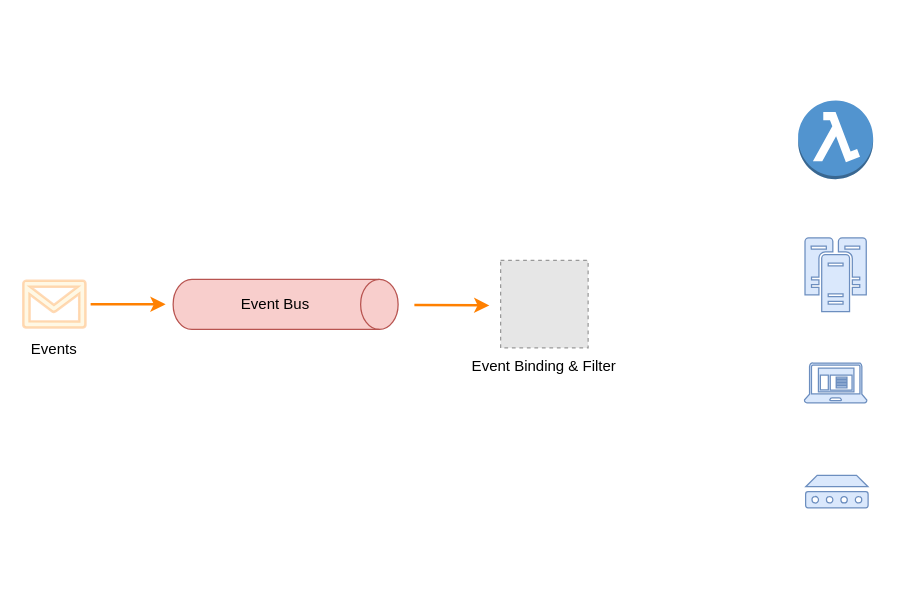
Above: page "Page-14" (14 of 14) of eventmesh-multi-runtime.drawio in apache/eventmesh-site (draw.io), before the change. Source tidied: cells renumbered, new cells numbered last; positions are measured from the earlier drawing's top-left corner, leaving out a move shared by most shapes. Both pictures are drawn from the tidied source at 125%, with x=0, y=0 at pixel (22, 100). Pictures stored in the file or linked from it are replaced by grey dashed boxes.
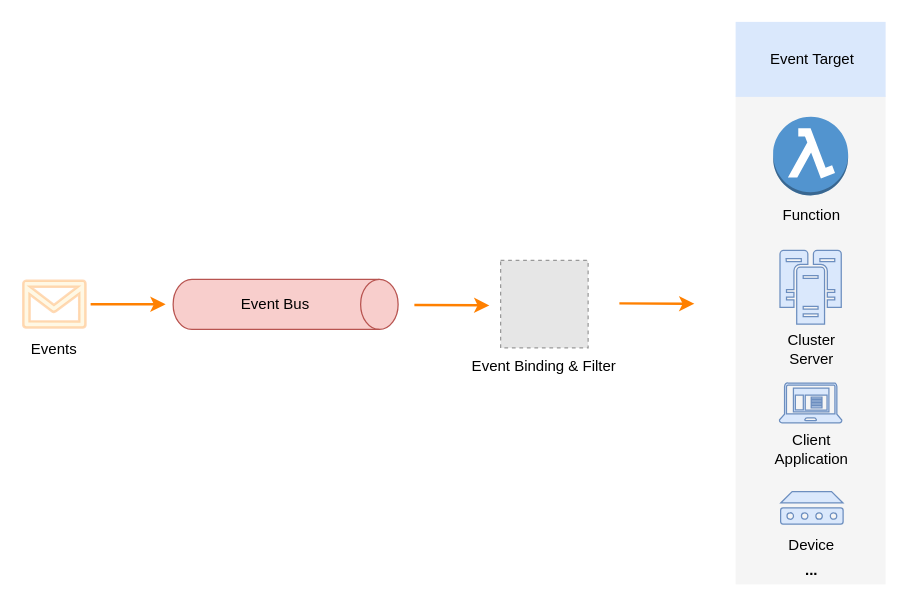
After the change.

Diff of the diagram source:
```diff
@@
+    <mxCell id="15" style="rounded=0;whiteSpace=wrap;html=1;fontColor=#333333;fillColor=#f5f5f5;strokeColor=none;" parent="1" vertex="1">
+      <mxGeometry x="570" y="-4" width="120" height="391" as="geometry" />
+    </mxCell>
     <mxCell id="2" style="dashed=0;verticalLabelPosition=bottom;verticalAlign=top;align=center;html=1;shape=mxgraph.aws3.lambda_function;fillColor=#5294CF;gradientColor=none;" parent="1" vertex="1">
-      <mxGeometry x="620" y="-0.2" width="60" height="63" as="geometry" />
+      <mxGeometry x="600" y="12.8" width="60" height="63" as="geometry" />
     </mxCell>
     <mxCell id="3" style="shadow=0;dashed=0;html=1;strokeColor=#6c8ebf;fillColor=#dae8fc;labelPosition=center;verticalLabelPosition=bottom;verticalAlign=top;align=center;shape=mxgraph.office.servers.cluster_server;" parent="1" vertex="1">
-      <mxGeometry x="625.5" y="109.8" width="49" height="59" as="geometry" />
+      <mxGeometry x="605.5" y="119.8" width="49" height="59" as="geometry" />
     </mxCell>
     <mxCell id="4" style="shadow=0;dashed=0;html=1;strokeColor=#6c8ebf;labelPosition=center;verticalLabelPosition=bottom;verticalAlign=top;align=center;fillColor=#dae8fc;shape=mxgraph.mscae.enterprise.client_application;" parent="1" vertex="1">
-      <mxGeometry x="625" y="209.8" width="50" height="32" as="geometry" />
+      <mxGeometry x="605" y="225.8" width="50" height="32" as="geometry" />
     </mxCell>
     <mxCell id="5" style="shadow=0;dashed=0;html=1;strokeColor=#6c8ebf;labelPosition=center;verticalLabelPosition=bottom;verticalAlign=top;align=center;fillColor=#dae8fc;shape=mxgraph.mscae.enterprise.device;" parent="1" vertex="1">
-      <mxGeometry x="626" y="299.8" width="50" height="26" as="geometry" />
+      <mxGeometry x="606" y="312.8" width="50" height="26" as="geometry" />
     </mxCell>
@@
+    <mxCell id="16" style="endArrow=classic;html=1;exitX=1;exitY=0.5;exitDx=0;exitDy=0;exitPerimeter=0;fillColor=#ffcc99;strokeWidth=2;strokeColor=#FF8000;" parent="1" edge="1">
+      <mxGeometry relative="1" as="geometry">
+        <mxPoint x="477" y="162.2" as="sourcePoint" />
+        <mxPoint x="537" y="162.5" as="targetPoint" />
+      </mxGeometry>
+    </mxCell>
+    <mxCell id="17" style="rounded=0;whiteSpace=wrap;html=1;fillColor=#dae8fc;strokeColor=none;" parent="1" vertex="1">
+      <mxGeometry x="570" y="-63" width="120" height="60" as="geometry" />
+    </mxCell>
+    <mxCell id="18" value="Event Target" style="text;html=1;strokeColor=none;fillColor=none;align=center;verticalAlign=middle;whiteSpace=wrap;rounded=0;" parent="1" vertex="1">
+      <mxGeometry x="593.5" y="-48" width="75" height="30" as="geometry" />
+    </mxCell>
+    <mxCell id="19" value="Function" style="text;html=1;strokeColor=none;fillColor=none;align=center;verticalAlign=middle;whiteSpace=wrap;rounded=0;" parent="1" vertex="1">
+      <mxGeometry x="611" y="82" width="40" height="20" as="geometry" />
+    </mxCell>
+    <mxCell id="20" value="Cluster&lt;br&gt;Server" style="text;html=1;strokeColor=none;fillColor=none;align=center;verticalAlign=middle;whiteSpace=wrap;rounded=0;" parent="1" vertex="1">
+      <mxGeometry x="611" y="189" width="40" height="20" as="geometry" />
+    </mxCell>
+    <mxCell id="21" value="Client&lt;br&gt;Application" style="text;html=1;strokeColor=none;fillColor=none;align=center;verticalAlign=middle;whiteSpace=wrap;rounded=0;" parent="1" vertex="1">
+      <mxGeometry x="611" y="269" width="40" height="20" as="geometry" />
+    </mxCell>
+    <mxCell id="22" value="Device" style="text;html=1;strokeColor=none;fillColor=none;align=center;verticalAlign=middle;whiteSpace=wrap;rounded=0;" parent="1" vertex="1">
+      <mxGeometry x="611" y="346" width="40" height="20" as="geometry" />
+    </mxCell>
+    <mxCell id="23" value="..." style="text;html=1;strokeColor=none;fillColor=none;align=center;verticalAlign=middle;whiteSpace=wrap;rounded=0;fontStyle=1;" parent="1" vertex="1">
+      <mxGeometry x="611" y="366" width="40" height="20" as="geometry" />
+    </mxCell>
```
